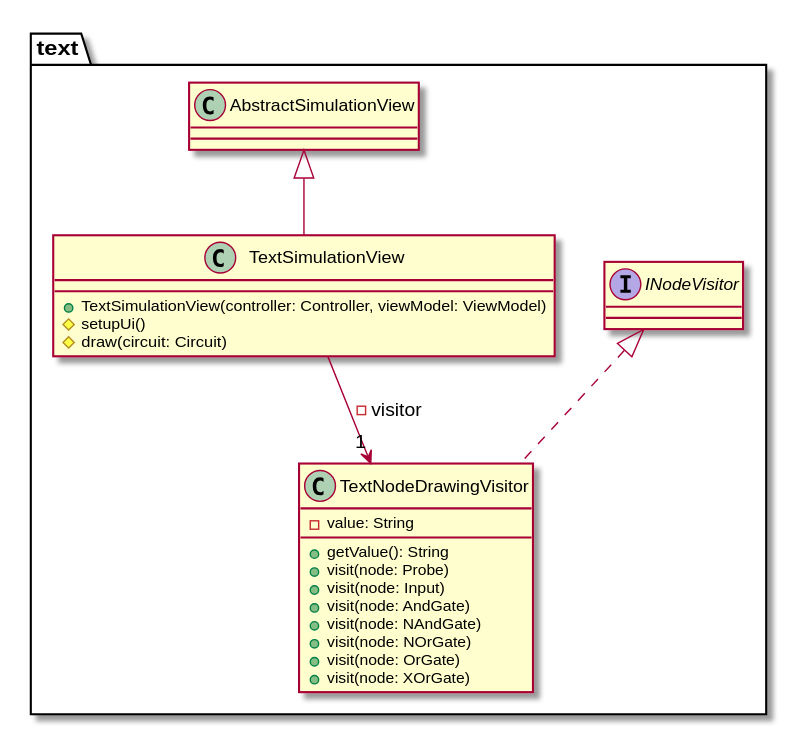
Earlier version of the PlantUML export docs/diagrams/build/dkdGuiViewText.svg (stevenliebregt/avans-dp1-sirkwie).
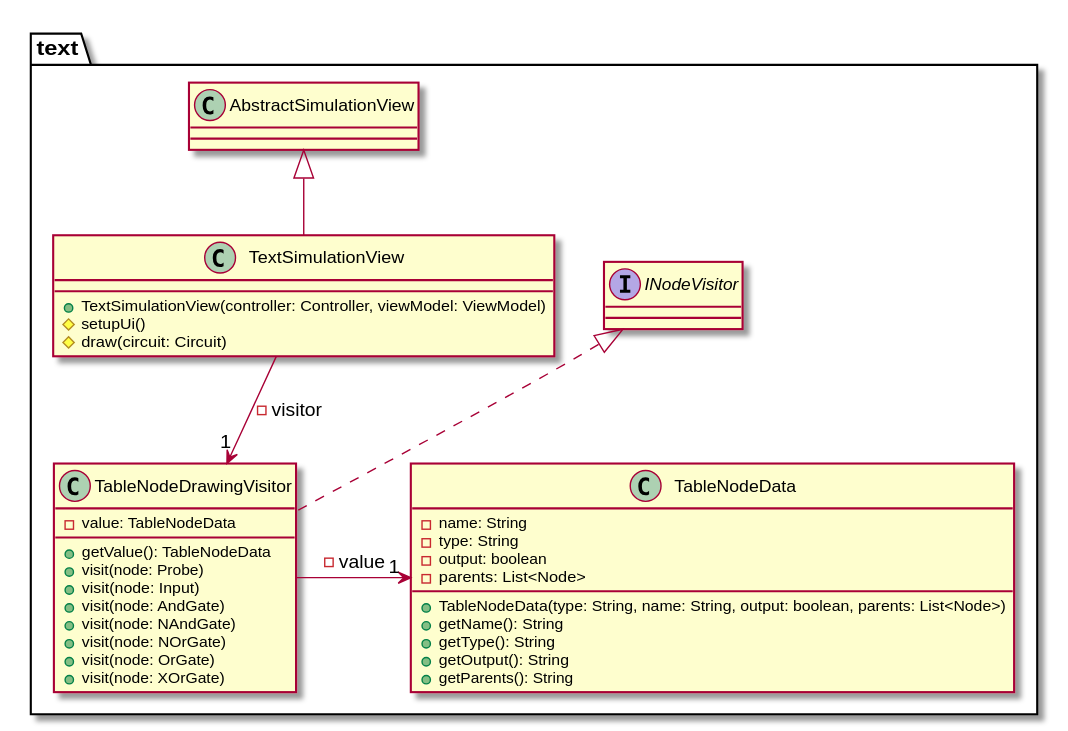
Later version of the same file.

The edit, as a diff of the source:
```diff
@@ -1,10 +1,23 @@
 @startuml
 
 package text {
-    class TextNodeDrawingVisitor implements INodeVisitor {
-        -value: String
+    class TableNodeData {
+        -name: String
+        -type: String
+        -output: boolean
+        -parents: List<Node>
 
-        +getValue(): String
+        +TableNodeData(type: String, name: String, output: boolean, parents: List<Node>)
+        +getName(): String
+        +getType(): String
+        +getOutput(): String
+        +getParents(): String
+    }
+
+    class TableNodeDrawingVisitor implements INodeVisitor {
+        -value: TableNodeData
+
+        +getValue(): TableNodeData
         +visit(node: Probe)
         +visit(node: Input)
         +visit(node: AndGate)
@@ -13,13 +26,14 @@
         +visit(node: OrGate)
         +visit(node: XOrGate)
     }
+    TableNodeDrawingVisitor -> "1" TableNodeData: -value
 
     class TextSimulationView extends AbstractSimulationView {
         +TextSimulationView(controller: Controller, viewModel: ViewModel)
         #setupUi()
         #draw(circuit: Circuit)
     }
-    TextSimulationView --> "1" TextNodeDrawingVisitor : -visitor
+    TextSimulationView --> "1" TableNodeDrawingVisitor : -visitor
 }
 
 @enduml
```
